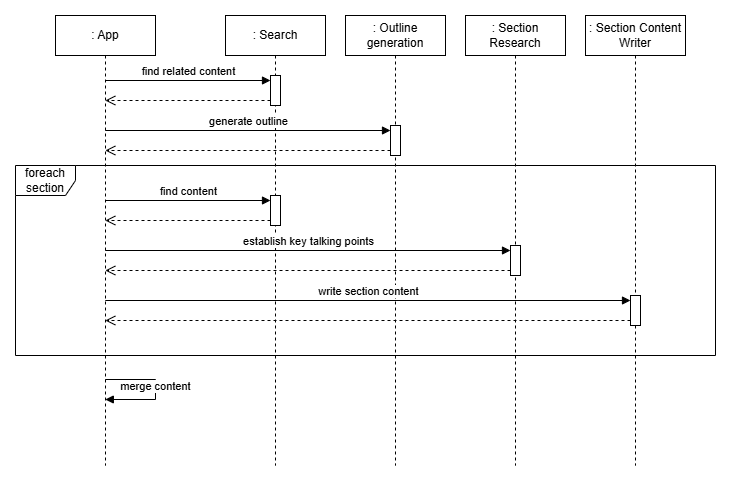
wmeints/effective-llm-applications keeps this draw.io diagram as manuscript/resources/content-generation-workflow.png. Above is the earlier version. Source tidied: cells renumbered, new cells last; positions are measured from the earlier drawing's top-left corner, leaving out a move shared by most shapes.
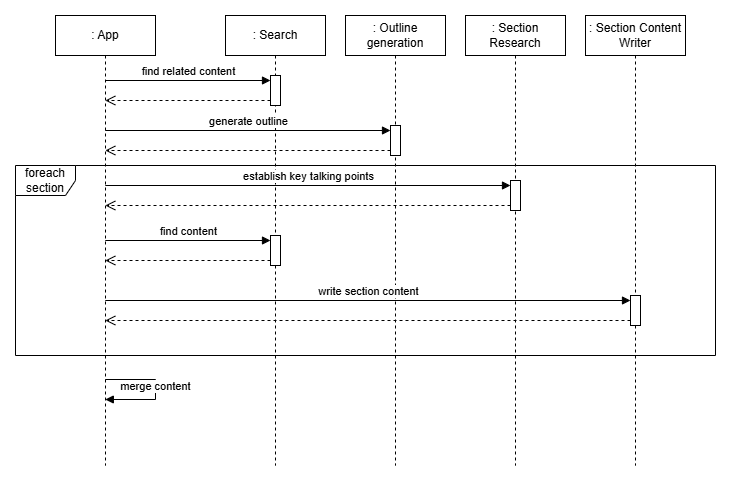
The same file after the commit.

The edit, as a diff of the source:
```diff
@@ -12,7 +12,7 @@
       <mxGeometry x="45" y="60" width="10" height="30" as="geometry" />
     </mxCell>
     <mxCell id="5" style="html=1;points=[[0,0,0,0,5],[0,1,0,0,-5],[1,0,0,0,5],[1,1,0,0,-5]];perimeter=orthogonalPerimeter;outlineConnect=0;targetShapes=umlLifeline;portConstraint=eastwest;newEdgeStyle={&quot;curved&quot;:0,&quot;rounded&quot;:0};" parent="3" vertex="1">
-      <mxGeometry x="45" y="180" width="10" height="30" as="geometry" />
+      <mxGeometry x="45" y="220" width="10" height="30" as="geometry" />
     </mxCell>
     <mxCell id="6" value="find related content" style="html=1;verticalAlign=bottom;endArrow=block;curved=0;rounded=0;entryX=0;entryY=0;entryDx=0;entryDy=5;entryPerimeter=0;" parent="1" edge="1" source="2" target="4">
       <mxGeometry relative="1" as="geometry" />
@@ -32,23 +32,32 @@
     <mxCell id="11" style="html=1;verticalAlign=bottom;endArrow=open;dashed=1;endSize=8;curved=0;rounded=0;exitX=0;exitY=1;exitDx=0;exitDy=-5;exitPerimeter=0;" parent="1" edge="1" source="9" target="2">
       <mxGeometry relative="1" as="geometry" />
     </mxCell>
-    <mxCell id="12" value="find content" style="html=1;verticalAlign=bottom;endArrow=block;curved=0;rounded=0;entryX=0;entryY=0;entryDx=0;entryDy=5;entryPerimeter=0;" parent="1" edge="1" source="2" target="5">
-      <mxGeometry relative="1" as="geometry" />
+    <mxCell id="12" value="find content" style="html=1;verticalAlign=bottom;endArrow=block;curved=0;rounded=0;entryX=0;entryY=0;entryDx=0;entryDy=5;entryPerimeter=0;" parent="1" edge="1" target="5">
+      <mxGeometry relative="1" as="geometry">
+        <mxPoint x="89.8" y="225" as="sourcePoint" />
+      </mxGeometry>
     </mxCell>
-    <mxCell id="13" style="html=1;verticalAlign=bottom;endArrow=open;dashed=1;endSize=8;curved=0;rounded=0;exitX=0;exitY=1;exitDx=0;exitDy=-5;exitPerimeter=0;" parent="1" edge="1" source="5" target="2">
-      <mxGeometry relative="1" as="geometry" />
+    <mxCell id="13" style="html=1;verticalAlign=bottom;endArrow=open;dashed=1;endSize=8;curved=0;rounded=0;exitX=0;exitY=1;exitDx=0;exitDy=-5;exitPerimeter=0;" parent="1" edge="1" source="5">
+      <mxGeometry relative="1" as="geometry">
+        <mxPoint x="89.8" y="245" as="targetPoint" />
+      </mxGeometry>
     </mxCell>
     <mxCell id="14" value=": Section Research" style="shape=umlLifeline;perimeter=lifelinePerimeter;whiteSpace=wrap;html=1;newEdgeStyle={&quot;curved&quot;:0,&quot;rounded&quot;:0};" parent="1" vertex="1">
       <mxGeometry x="450" width="100" height="450" as="geometry" />
     </mxCell>
     <mxCell id="15" style="html=1;points=[[0,0,0,0,5],[0,1,0,0,-5],[1,0,0,0,5],[1,1,0,0,-5]];perimeter=orthogonalPerimeter;outlineConnect=0;targetShapes=umlLifeline;portConstraint=eastwest;newEdgeStyle={&quot;curved&quot;:0,&quot;rounded&quot;:0};" parent="14" vertex="1">
-      <mxGeometry x="45" y="230" width="10" height="30" as="geometry" />
+      <mxGeometry x="45" y="165" width="10" height="30" as="geometry" />
     </mxCell>
-    <mxCell id="16" value="establish key talking points" style="html=1;verticalAlign=bottom;endArrow=block;curved=0;rounded=0;entryX=0;entryY=0;entryDx=0;entryDy=5;entryPerimeter=0;" parent="1" edge="1" source="2" target="15">
-      <mxGeometry relative="1" as="geometry" />
+    <mxCell id="16" value="establish key talking points" style="html=1;verticalAlign=bottom;endArrow=block;curved=0;rounded=0;entryX=0;entryY=0;entryDx=0;entryDy=5;entryPerimeter=0;" parent="1" edge="1">
+      <mxGeometry relative="1" as="geometry">
+        <mxPoint x="89.8" y="170" as="sourcePoint" />
+        <mxPoint x="495" y="170" as="targetPoint" />
+      </mxGeometry>
     </mxCell>
-    <mxCell id="17" style="html=1;verticalAlign=bottom;endArrow=open;dashed=1;endSize=8;curved=0;rounded=0;exitX=0;exitY=1;exitDx=0;exitDy=-5;exitPerimeter=0;" parent="1" edge="1" source="15" target="2">
-      <mxGeometry relative="1" as="geometry" />
+    <mxCell id="17" style="html=1;verticalAlign=bottom;endArrow=open;dashed=1;endSize=8;curved=0;rounded=0;exitX=0;exitY=1;exitDx=0;exitDy=-5;exitPerimeter=0;" parent="1" edge="1" source="15">
+      <mxGeometry relative="1" as="geometry">
+        <mxPoint x="89.8" y="190" as="targetPoint" />
+      </mxGeometry>
     </mxCell>
     <mxCell id="18" value=": Section Content Writer" style="shape=umlLifeline;perimeter=lifelinePerimeter;whiteSpace=wrap;html=1;newEdgeStyle={&quot;curved&quot;:0,&quot;rounded&quot;:0};" parent="1" vertex="1">
       <mxGeometry x="570" width="100" height="450" as="geometry" />
```
